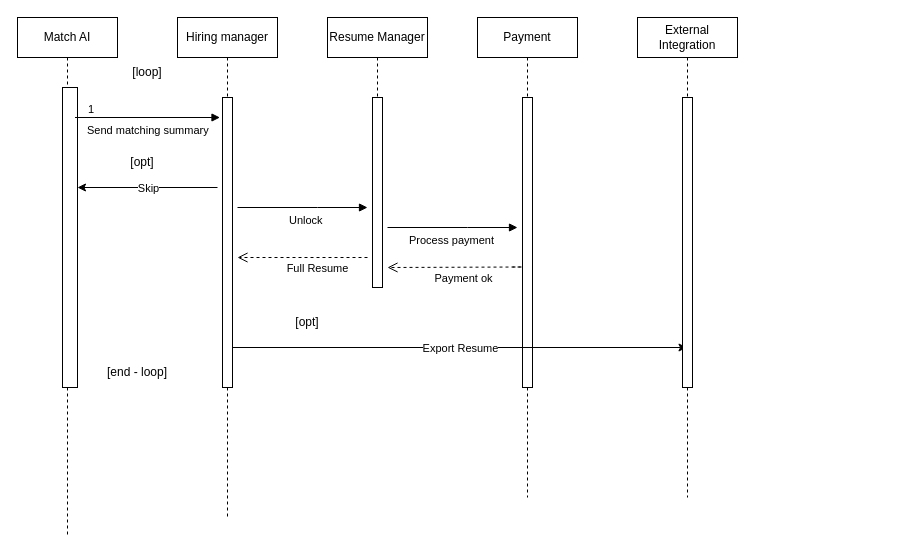
SK11GS/Builders-Glitch keeps this draw.io diagram as Usecases/RawImages/job-match.drawio. Above is the earlier version. Source tidied: cells renumbered, new cells numbered last; positions are measured from the earlier drawing's top-left corner, leaving out a move shared by most shapes. Both pictures are drawn from the tidied source at 100%, with x=0, y=0 at pixel (17, 17).
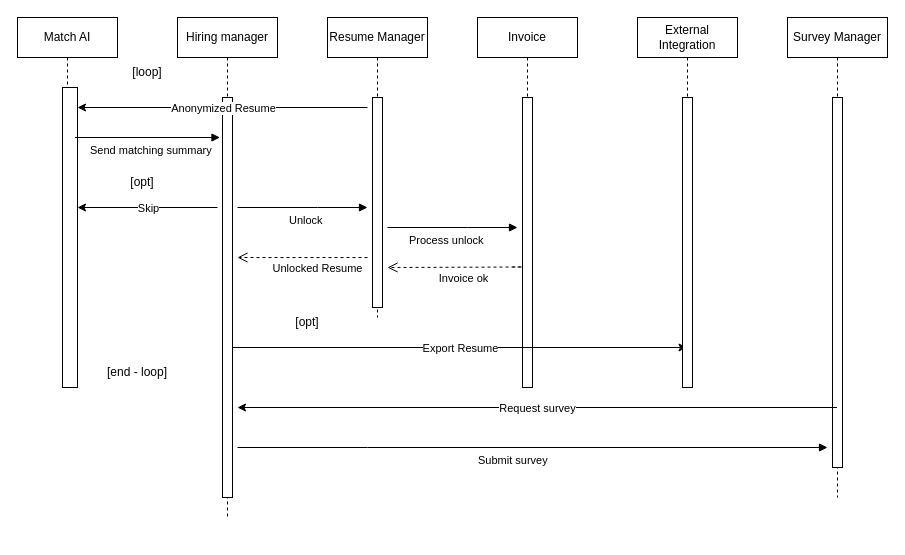
After the change.

The change refers to these unchanged cells:
```xml
<mxCell id="4" value="Hiring manager" style="shape=umlLifeline;perimeter=lifelinePerimeter;whiteSpace=wrap;html=1;newEdgeStyle={&quot;edgeStyle&quot;:&quot;elbowEdgeStyle&quot;,&quot;elbow&quot;:&quot;vertical&quot;,&quot;curved&quot;:0,&quot;rounded&quot;:0};" parent="1" vertex="1">
  <mxGeometry x="160" width="100" height="500" as="geometry" />
</mxCell>
```

What changed in the source:
```diff
@@
     <mxCell id="2" value="Match AI" style="shape=umlLifeline;perimeter=lifelinePerimeter;whiteSpace=wrap;html=1;newEdgeStyle={&quot;edgeStyle&quot;:&quot;elbowEdgeStyle&quot;,&quot;elbow&quot;:&quot;vertical&quot;,&quot;curved&quot;:0,&quot;rounded&quot;:0};" parent="1" vertex="1">
-      <mxGeometry width="100" height="520" as="geometry" />
+      <mxGeometry width="100" height="370" as="geometry" />
     </mxCell>
@@
     <mxCell id="5" style="html=1;perimeter=orthogonalPerimeter;targetShapes=umlLifeline;newEdgeStyle={&quot;edgeStyle&quot;:&quot;elbowEdgeStyle&quot;,&quot;elbow&quot;:&quot;vertical&quot;,&quot;curved&quot;:0,&quot;rounded&quot;:0};" parent="4" vertex="1">
-      <mxGeometry x="45" y="80" width="10" height="290" as="geometry" />
+      <mxGeometry x="45" y="80" width="10" height="400" as="geometry" />
     </mxCell>
     <mxCell id="6" value="&lt;div&gt;Resume Manager&lt;/div&gt;" style="shape=umlLifeline;perimeter=lifelinePerimeter;whiteSpace=wrap;html=1;newEdgeStyle={&quot;edgeStyle&quot;:&quot;elbowEdgeStyle&quot;,&quot;elbow&quot;:&quot;vertical&quot;,&quot;curved&quot;:0,&quot;rounded&quot;:0};" parent="1" vertex="1">
-      <mxGeometry x="310" width="100" height="270" as="geometry" />
+      <mxGeometry x="310" width="100" height="300" as="geometry" />
     </mxCell>
     <mxCell id="7" style="html=1;perimeter=orthogonalPerimeter;targetShapes=umlLifeline;newEdgeStyle={&quot;edgeStyle&quot;:&quot;elbowEdgeStyle&quot;,&quot;elbow&quot;:&quot;vertical&quot;,&quot;curved&quot;:0,&quot;rounded&quot;:0};" parent="6" vertex="1">
-      <mxGeometry x="45" y="80" width="10" height="190" as="geometry" />
+      <mxGeometry x="45" y="80" width="10" height="210" as="geometry" />
     </mxCell>
     <mxCell id="8" value="Send matching summary" style="endArrow=block;endFill=1;html=1;edgeStyle=orthogonalEdgeStyle;align=left;verticalAlign=top;rounded=0;" parent="1" edge="1">
-      <mxGeometry x="-0.86" relative="1" as="geometry">
-        <mxPoint x="57.5" y="100" as="sourcePoint" />
-        <mxPoint x="202.5" y="100" as="targetPoint" />
+      <mxGeometry x="-0.83" relative="1" as="geometry">
+        <mxPoint x="57.5" y="120" as="sourcePoint" />
+        <mxPoint x="202.5" y="120" as="targetPoint" />
         <Array as="points">
-          <mxPoint x="177.5" y="100" />
-          <mxPoint x="177.5" y="100" />
+          <mxPoint x="177.5" y="120" />
+          <mxPoint x="177.5" y="120" />
         </Array>
+        <mxPoint x="1" as="offset" />
       </mxGeometry>
     </mxCell>
-    <mxCell id="9" value="1" style="edgeLabel;html=1;align=left;verticalAlign=bottom;" parent="8" vertex="1">
-      <mxGeometry x="-1" relative="1" as="geometry">
-        <mxPoint x="11" as="offset" />
-      </mxGeometry>
-    </mxCell>
     <mxCell id="10" value="[opt]" style="text;html=1;align=center;verticalAlign=middle;whiteSpace=wrap;rounded=0;" parent="1" vertex="1">
-      <mxGeometry x="95" y="130" width="60" height="30" as="geometry" />
+      <mxGeometry x="95" y="150" width="60" height="30" as="geometry" />
     </mxCell>
@@
-    <mxCell id="13" value="&lt;div&gt;Payment&lt;/div&gt;" style="shape=umlLifeline;perimeter=lifelinePerimeter;whiteSpace=wrap;html=1;newEdgeStyle={&quot;edgeStyle&quot;:&quot;elbowEdgeStyle&quot;,&quot;elbow&quot;:&quot;vertical&quot;,&quot;curved&quot;:0,&quot;rounded&quot;:0};" parent="1" vertex="1">
-      <mxGeometry x="460" width="100" height="480" as="geometry" />
+    <mxCell id="13" value="&lt;div&gt;Invoice&lt;/div&gt;" style="shape=umlLifeline;perimeter=lifelinePerimeter;whiteSpace=wrap;html=1;newEdgeStyle={&quot;edgeStyle&quot;:&quot;elbowEdgeStyle&quot;,&quot;elbow&quot;:&quot;vertical&quot;,&quot;curved&quot;:0,&quot;rounded&quot;:0};" parent="1" vertex="1">
+      <mxGeometry x="460" width="100" height="370" as="geometry" />
     </mxCell>
@@
-    <mxCell id="17" value="Payment ok" style="html=1;verticalAlign=bottom;endArrow=open;dashed=1;endSize=8;curved=0;rounded=0;" parent="1" edge="1">
+    <mxCell id="17" value="Invoice ok" style="html=1;verticalAlign=bottom;endArrow=open;dashed=1;endSize=8;curved=0;rounded=0;" parent="1" edge="1">
       <mxGeometry x="-0.05" y="20" relative="1" as="geometry">
         <mxPoint x="495" y="249.5" as="sourcePoint" />
         <mxPoint x="370" y="250" as="targetPoint" />
         <Array as="points">
           <mxPoint x="505" y="249.5" />
         </Array>
       </mxGeometry>
     </mxCell>
     <mxCell id="18" style="endArrow=classic;html=1;rounded=0;" parent="1" edge="1">
       <mxGeometry relative="1" as="geometry">
-        <mxPoint x="200" y="170" as="sourcePoint" />
-        <mxPoint x="60" y="170" as="targetPoint" />
+        <mxPoint x="200" y="190" as="sourcePoint" />
+        <mxPoint x="60" y="190" as="targetPoint" />
       </mxGeometry>
     </mxCell>
@@
-    <mxCell id="21" value="Process payment" style="endArrow=block;endFill=1;html=1;edgeStyle=orthogonalEdgeStyle;align=left;verticalAlign=top;rounded=0;" parent="1" edge="1">
+    <mxCell id="21" value="Process unlock" style="endArrow=block;endFill=1;html=1;edgeStyle=orthogonalEdgeStyle;align=left;verticalAlign=top;rounded=0;" parent="1" edge="1">
       <mxGeometry x="-0.69" relative="1" as="geometry">
         <mxPoint x="370" y="210" as="sourcePoint" />
         <mxPoint x="500" y="210" as="targetPoint" />
         <Array as="points">
           <mxPoint x="450" y="210" />
           <mxPoint x="450" y="210" />
         </Array>
       </mxGeometry>
     </mxCell>
-    <mxCell id="22" value="Full Resume" style="html=1;verticalAlign=bottom;endArrow=open;dashed=1;endSize=8;curved=0;rounded=0;" parent="1" edge="1">
+    <mxCell id="22" value="Unlocked Resume" style="html=1;verticalAlign=bottom;endArrow=open;dashed=1;endSize=8;curved=0;rounded=0;" parent="1" edge="1">
       <mxGeometry x="-0.23" y="20" relative="1" as="geometry">
         <mxPoint x="350" y="240" as="sourcePoint" />
         <mxPoint x="220" y="240" as="targetPoint" />
       </mxGeometry>
     </mxCell>
     <mxCell id="23" value="External Integration" style="shape=umlLifeline;perimeter=lifelinePerimeter;whiteSpace=wrap;html=1;outlineConnect=0;portConstraint=eastwest;newEdgeStyle={&quot;edgeStyle&quot;:&quot;elbowEdgeStyle&quot;,&quot;elbow&quot;:&quot;vertical&quot;,&quot;curved&quot;:0,&quot;rounded&quot;:0};" parent="1" vertex="1">
-      <mxGeometry x="620" width="100" height="480" as="geometry" />
+      <mxGeometry x="620" width="100" height="370" as="geometry" />
     </mxCell>
@@
+    <mxCell id="26" style="endArrow=classic;html=1;rounded=0;" parent="1" edge="1">
+      <mxGeometry relative="1" as="geometry">
+        <mxPoint x="350" y="90" as="sourcePoint" />
+        <mxPoint x="60" y="90" as="targetPoint" />
+      </mxGeometry>
+    </mxCell>
+    <mxCell id="27" value="Anonymized Resume" style="edgeLabel;html=1;align=center;verticalAlign=middle;" parent="26" vertex="1">
+      <mxGeometry relative="1" as="geometry" />
+    </mxCell>
+    <mxCell id="28" value="Survey Manager" style="shape=umlLifeline;perimeter=lifelinePerimeter;whiteSpace=wrap;html=1;outlineConnect=0;portConstraint=eastwest;newEdgeStyle={&quot;edgeStyle&quot;:&quot;elbowEdgeStyle&quot;,&quot;elbow&quot;:&quot;vertical&quot;,&quot;curved&quot;:0,&quot;rounded&quot;:0};" parent="1" vertex="1">
+      <mxGeometry x="770" width="100" height="480" as="geometry" />
+    </mxCell>
+    <mxCell id="29" style="html=1;perimeter=orthogonalPerimeter;targetShapes=umlLifeline;newEdgeStyle={&quot;edgeStyle&quot;:&quot;elbowEdgeStyle&quot;,&quot;elbow&quot;:&quot;vertical&quot;,&quot;curved&quot;:0,&quot;rounded&quot;:0};" parent="28" vertex="1">
+      <mxGeometry x="45" y="80" width="10" height="370" as="geometry" />
+    </mxCell>
+    <mxCell id="30" style="endArrow=classic;html=1;rounded=0;" parent="1" edge="1" source="28">
+      <mxGeometry relative="1" as="geometry">
+        <mxPoint x="220" y="390" as="targetPoint" />
+      </mxGeometry>
+    </mxCell>
+    <mxCell id="31" value="Request survey" style="edgeLabel;html=1;align=center;verticalAlign=middle;" parent="30" vertex="1">
+      <mxGeometry relative="1" as="geometry" />
+    </mxCell>
+    <mxCell id="32" value="Submit survey" style="endArrow=block;endFill=1;html=1;edgeStyle=orthogonalEdgeStyle;align=left;verticalAlign=top;rounded=0;" parent="1" edge="1">
+      <mxGeometry x="-0.19" relative="1" as="geometry">
+        <mxPoint x="220" y="430" as="sourcePoint" />
+        <mxPoint x="810" y="430" as="targetPoint" />
+        <Array as="points">
+          <mxPoint x="350" y="430" />
+          <mxPoint x="350" y="430" />
+        </Array>
+      </mxGeometry>
+    </mxCell>
```
